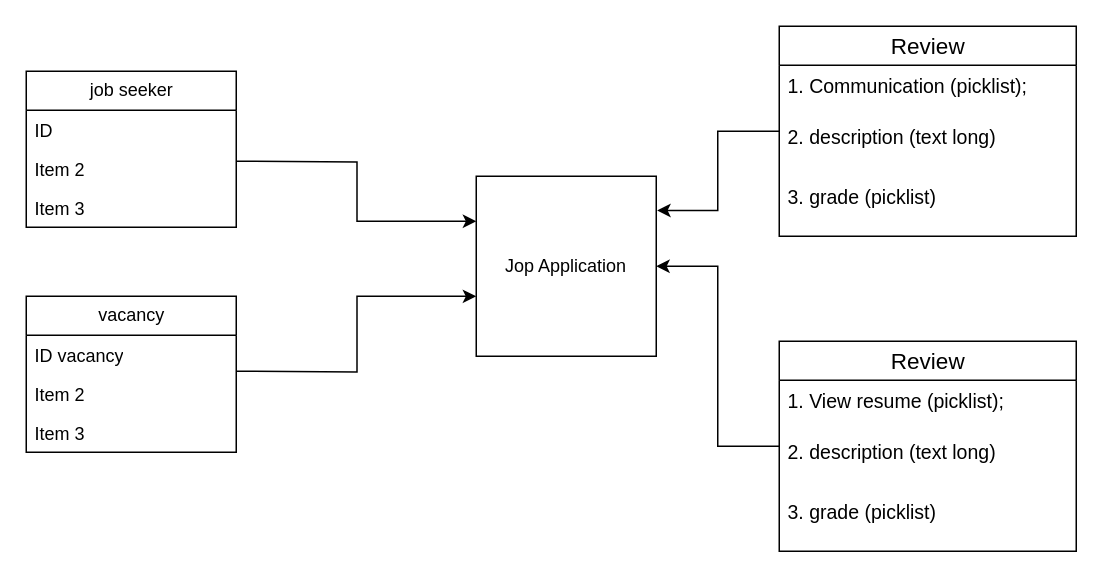
Above: Диаграмма без названия.drawio in stanislav-email/second-project (draw.io), before the change. Source tidied: cells renumbered, new cells numbered last; positions are measured from the earlier drawing's top-left corner, leaving out a move shared by most shapes. Both pictures are drawn from the tidied source at 150%, with x=0, y=0 at pixel (26, 26).
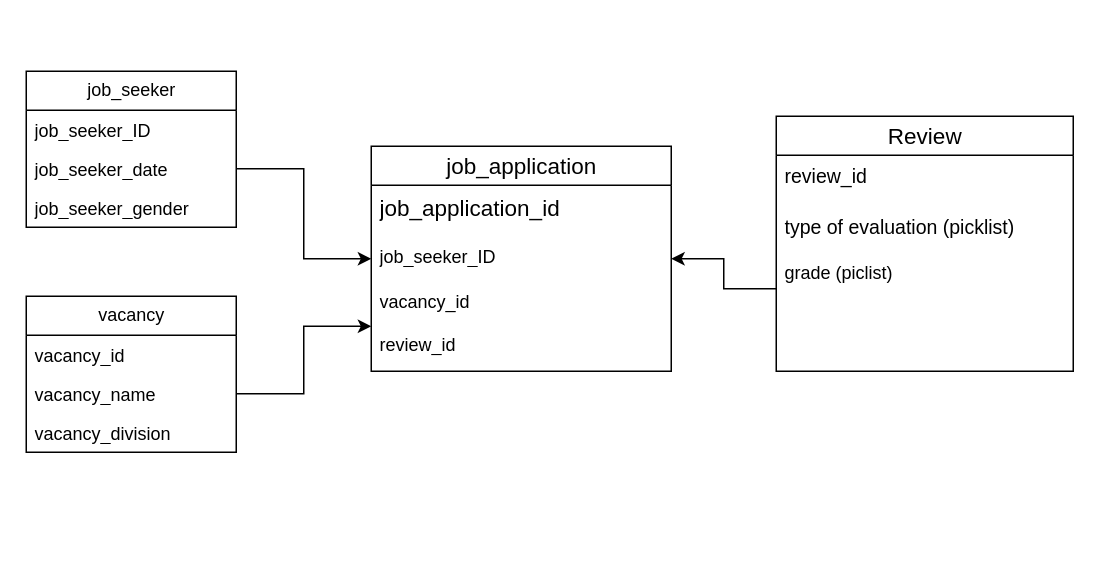
After the change.

Unchanged cells that the change refers to:
```xml
<mxCell id="9" value="&lt;span style=&quot;&quot;&gt;vacancy&lt;/span&gt;" style="swimlane;fontStyle=0;horizontal=1;startSize=26;fillColor=none;html=1;" parent="1" vertex="1">
  <mxGeometry y="180" width="140" height="104" as="geometry" />
</mxCell>
```

What changed in the source:
```diff
@@
-    <mxCell id="2" style="edgeStyle=orthogonalEdgeStyle;rounded=0;jettySize=auto;html=1;entryX=0;entryY=0.25;entryDx=0;entryDy=0;" parent="1" edge="1" target="4">
-      <mxGeometry relative="1" as="geometry">
-        <mxPoint x="140" y="90" as="sourcePoint" />
-      </mxGeometry>
-    </mxCell>
-    <mxCell id="3" style="edgeStyle=orthogonalEdgeStyle;rounded=0;jettySize=auto;html=1;entryX=0;entryY=0.667;entryDx=0;entryDy=0;entryPerimeter=0;" parent="1" edge="1" target="4">
-      <mxGeometry relative="1" as="geometry">
-        <mxPoint x="140" y="230" as="sourcePoint" />
-      </mxGeometry>
-    </mxCell>
-    <mxCell id="4" value="Jop Application" style="whiteSpace=wrap;html=1;" parent="1" vertex="1">
-      <mxGeometry x="300" y="100" width="120" height="120" as="geometry" />
-    </mxCell>
-    <mxCell id="5" value="&lt;span style=&quot;&quot;&gt;job seeker&lt;/span&gt;" style="swimlane;fontStyle=0;horizontal=1;startSize=26;fillColor=none;html=1;" parent="1" vertex="1">
+    <mxCell id="5" value="&lt;span style=&quot;&quot;&gt;job_seeker&lt;/span&gt;" style="swimlane;fontStyle=0;horizontal=1;startSize=26;fillColor=none;html=1;" parent="1" vertex="1">
       <mxGeometry y="30" width="140" height="104" as="geometry" />
     </mxCell>
-    <mxCell id="6" value="ID" style="text;strokeColor=none;fillColor=none;align=left;verticalAlign=top;spacingLeft=4;spacingRight=4;overflow=hidden;whiteSpace=wrap;html=1;" parent="5" vertex="1">
+    <mxCell id="6" value="&lt;span style=&quot;text-align: center;&quot;&gt;job_seeker_&lt;/span&gt;ID" style="text;strokeColor=none;fillColor=none;align=left;verticalAlign=top;spacingLeft=4;spacingRight=4;overflow=hidden;whiteSpace=wrap;html=1;" parent="5" vertex="1">
       <mxGeometry y="26" width="140" height="26" as="geometry" />
     </mxCell>
-    <mxCell id="7" value="Item 2" style="text;strokeColor=none;fillColor=none;align=left;verticalAlign=top;spacingLeft=4;spacingRight=4;overflow=hidden;points=[[0,0.5],[1,0.5]];portConstraint=eastwest;whiteSpace=wrap;html=1;" parent="5" vertex="1">
+    <mxCell id="7" value="&lt;span style=&quot;text-align: center;&quot;&gt;job_seeker_date&lt;/span&gt;" style="text;strokeColor=none;fillColor=none;align=left;verticalAlign=top;spacingLeft=4;spacingRight=4;overflow=hidden;points=[[0,0.5],[1,0.5]];portConstraint=eastwest;whiteSpace=wrap;html=1;" parent="5" vertex="1">
       <mxGeometry y="52" width="140" height="26" as="geometry" />
     </mxCell>
-    <mxCell id="8" value="Item 3" style="text;strokeColor=none;fillColor=none;align=left;verticalAlign=top;spacingLeft=4;spacingRight=4;overflow=hidden;whiteSpace=wrap;html=1;" parent="5" vertex="1">
+    <mxCell id="8" value="&lt;span style=&quot;text-align: center;&quot;&gt;job_seeker_&lt;/span&gt;gender" style="text;strokeColor=none;fillColor=none;align=left;verticalAlign=top;spacingLeft=4;spacingRight=4;overflow=hidden;whiteSpace=wrap;html=1;" parent="5" vertex="1">
       <mxGeometry y="78" width="140" height="26" as="geometry" />
     </mxCell>
@@
-    <mxCell id="10" value="ID vacancy" style="text;strokeColor=none;fillColor=none;align=left;verticalAlign=top;spacingLeft=4;spacingRight=4;overflow=hidden;whiteSpace=wrap;html=1;" parent="9" vertex="1">
+    <mxCell id="10" value="vacancy_id&lt;br&gt;" style="text;strokeColor=none;fillColor=none;align=left;verticalAlign=top;spacingLeft=4;spacingRight=4;overflow=hidden;whiteSpace=wrap;html=1;" parent="9" vertex="1">
       <mxGeometry y="26" width="140" height="26" as="geometry" />
     </mxCell>
-    <mxCell id="11" value="Item 2" style="text;strokeColor=none;fillColor=none;align=left;verticalAlign=top;spacingLeft=4;spacingRight=4;overflow=hidden;points=[[0,0.5],[1,0.5]];portConstraint=eastwest;whiteSpace=wrap;html=1;" parent="9" vertex="1">
+    <mxCell id="11" value="vacancy_name" style="text;strokeColor=none;fillColor=none;align=left;verticalAlign=top;spacingLeft=4;spacingRight=4;overflow=hidden;points=[[0,0.5],[1,0.5]];portConstraint=eastwest;whiteSpace=wrap;html=1;" parent="9" vertex="1">
       <mxGeometry y="52" width="140" height="26" as="geometry" />
     </mxCell>
-    <mxCell id="12" value="Item 3" style="text;strokeColor=none;fillColor=none;align=left;verticalAlign=top;spacingLeft=4;spacingRight=4;overflow=hidden;whiteSpace=wrap;html=1;" parent="9" vertex="1">
+    <mxCell id="12" value="vacancy_division" style="text;strokeColor=none;fillColor=none;align=left;verticalAlign=top;spacingLeft=4;spacingRight=4;overflow=hidden;whiteSpace=wrap;html=1;" parent="9" vertex="1">
       <mxGeometry y="78" width="140" height="26" as="geometry" />
     </mxCell>
-    <mxCell id="13" style="edgeStyle=orthogonalEdgeStyle;rounded=0;jettySize=auto;html=1;fontSize=13;" parent="1" edge="1" source="14" target="4">
-      <mxGeometry relative="1" as="geometry" />
-    </mxCell>
-    <mxCell id="14" value="&lt;span style=&quot;font-size: 15px; text-align: left;&quot;&gt;Review&lt;/span&gt;" style="swimlane;fontStyle=0;horizontal=1;startSize=26;fillColor=none;html=1;" parent="1" vertex="1">
-      <mxGeometry x="502" y="210" width="198" height="140" as="geometry" />
-    </mxCell>
-    <mxCell id="15" value="&lt;font style=&quot;font-size: 13px;&quot;&gt;1.&amp;nbsp;View resume&amp;nbsp;(picklist);&amp;nbsp;&lt;br style=&quot;border-color: var(--border-color);&quot;&gt;&lt;br&gt;&lt;/font&gt;" style="text;strokeColor=none;fillColor=none;align=left;verticalAlign=top;spacingLeft=4;spacingRight=4;overflow=hidden;whiteSpace=wrap;html=1;" parent="14" vertex="1">
-      <mxGeometry y="26" width="198" height="34" as="geometry" />
-    </mxCell>
-    <mxCell id="16" value="&lt;span style=&quot;font-size: 13px;&quot;&gt;2.&amp;nbsp;&lt;/span&gt;&lt;span style=&quot;font-size: 13px;&quot;&gt;description (text long)&lt;/span&gt;" style="text;strokeColor=none;fillColor=none;align=left;verticalAlign=top;spacingLeft=4;spacingRight=4;overflow=hidden;whiteSpace=wrap;html=1;" parent="14" vertex="1">
-      <mxGeometry y="60" width="198" height="40" as="geometry" />
-    </mxCell>
-    <mxCell id="17" value="&lt;span style=&quot;font-size: 13px;&quot;&gt;3. grade (picklist)&lt;/span&gt;" style="text;strokeColor=none;fillColor=none;align=left;verticalAlign=top;spacingLeft=4;spacingRight=4;overflow=hidden;whiteSpace=wrap;html=1;" parent="14" vertex="1">
-      <mxGeometry y="100" width="198" height="40" as="geometry" />
-    </mxCell>
-    <mxCell id="18" style="edgeStyle=orthogonalEdgeStyle;rounded=0;jettySize=auto;html=1;entryX=1.005;entryY=0.19;entryDx=0;entryDy=0;entryPerimeter=0;fontSize=13;" parent="1" edge="1" source="19" target="4">
-      <mxGeometry relative="1" as="geometry" />
-    </mxCell>
     <mxCell id="19" value="&lt;span style=&quot;font-size: 15px; text-align: left;&quot;&gt;Review&lt;/span&gt;" style="swimlane;fontStyle=0;horizontal=1;startSize=26;fillColor=none;html=1;" parent="1" vertex="1">
-      <mxGeometry x="502" width="198" height="140" as="geometry" />
+      <mxGeometry x="500" y="60" width="198" height="170" as="geometry" />
     </mxCell>
-    <mxCell id="20" value="&lt;font style=&quot;font-size: 13px;&quot;&gt;1.&amp;nbsp;Communication (picklist);&amp;nbsp;&lt;br style=&quot;border-color: var(--border-color);&quot;&gt;&lt;br&gt;&lt;/font&gt;" style="text;strokeColor=none;fillColor=none;align=left;verticalAlign=top;spacingLeft=4;spacingRight=4;overflow=hidden;whiteSpace=wrap;html=1;" parent="19" vertex="1">
+    <mxCell id="20" value="&lt;font style=&quot;font-size: 13px;&quot;&gt;review_id&lt;br&gt;&lt;/font&gt;" style="text;strokeColor=none;fillColor=none;align=left;verticalAlign=top;spacingLeft=4;spacingRight=4;overflow=hidden;whiteSpace=wrap;html=1;" parent="19" vertex="1">
       <mxGeometry y="26" width="198" height="34" as="geometry" />
     </mxCell>
-    <mxCell id="21" value="&lt;span style=&quot;font-size: 13px;&quot;&gt;2.&amp;nbsp;&lt;/span&gt;&lt;span style=&quot;font-size: 13px;&quot;&gt;description (text long)&lt;/span&gt;" style="text;strokeColor=none;fillColor=none;align=left;verticalAlign=top;spacingLeft=4;spacingRight=4;overflow=hidden;whiteSpace=wrap;html=1;" parent="19" vertex="1">
-      <mxGeometry y="60" width="198" height="40" as="geometry" />
-    </mxCell>
-    <mxCell id="22" value="&lt;span style=&quot;font-size: 13px;&quot;&gt;3. grade (picklist)&lt;/span&gt;" style="text;strokeColor=none;fillColor=none;align=left;verticalAlign=top;spacingLeft=4;spacingRight=4;overflow=hidden;points=[[0,0.5],[1,0.5]];portConstraint=eastwest;whiteSpace=wrap;html=1;" parent="19" vertex="1">
-      <mxGeometry y="100" width="198" height="40" as="geometry" />
+    <mxCell id="22" value="&lt;span style=&quot;font-size: 13px;&quot;&gt;type of evaluation (picklist)&lt;br&gt;&lt;br&gt;&lt;/span&gt;grade (piclist)&lt;br&gt;&lt;br&gt;" style="text;strokeColor=none;fillColor=none;align=left;verticalAlign=top;spacingLeft=4;spacingRight=4;overflow=hidden;points=[[0,0.5],[1,0.5]];portConstraint=eastwest;whiteSpace=wrap;html=1;" parent="19" vertex="1">
+      <mxGeometry y="60" width="198" height="110" as="geometry" />
     </mxCell>
+    <mxCell id="23" value="&lt;div style=&quot;text-align: left;&quot;&gt;&lt;span style=&quot;background-color: initial; font-size: 15px;&quot;&gt;job_application&lt;/span&gt;&lt;/div&gt;" style="swimlane;fontStyle=0;horizontal=1;startSize=26;fillColor=none;html=1;" parent="1" vertex="1">
+      <mxGeometry x="230" y="80" width="200" height="150" as="geometry" />
+    </mxCell>
+    <mxCell id="24" value="&lt;font style=&quot;font-size: 13px;&quot;&gt;&lt;span style=&quot;font-size: 15px;&quot;&gt;job_application_id&lt;/span&gt;&lt;br&gt;&lt;/font&gt;" style="text;strokeColor=none;fillColor=none;align=left;verticalAlign=top;spacingLeft=4;spacingRight=4;overflow=hidden;whiteSpace=wrap;html=1;" parent="23" vertex="1">
+      <mxGeometry y="26" width="200" height="34" as="geometry" />
+    </mxCell>
+    <mxCell id="25" value="&lt;span style=&quot;border-color: var(--border-color); text-align: center;&quot;&gt;job_seeker_&lt;/span&gt;ID" style="text;strokeColor=none;fillColor=none;align=left;verticalAlign=top;spacingLeft=4;spacingRight=4;overflow=hidden;points=[[0,0.5],[1,0.5]];portConstraint=eastwest;whiteSpace=wrap;html=1;" parent="23" vertex="1">
+      <mxGeometry y="60" width="200" height="30" as="geometry" />
+    </mxCell>
+    <mxCell id="26" value="vacancy_id&lt;br&gt;&lt;br&gt;review_id" style="text;strokeColor=none;fillColor=none;align=left;verticalAlign=top;spacingLeft=4;spacingRight=4;overflow=hidden;points=[[0,0.5],[1,0.5]];portConstraint=eastwest;whiteSpace=wrap;html=1;" parent="23" vertex="1">
+      <mxGeometry y="90" width="200" height="60" as="geometry" />
+    </mxCell>
+    <mxCell id="27" style="edgeStyle=orthogonalEdgeStyle;rounded=0;jettySize=auto;html=1;exitX=1;exitY=0.5;exitDx=0;exitDy=0;entryX=0;entryY=0.5;entryDx=0;entryDy=0;" parent="1" edge="1" source="7" target="23">
+      <mxGeometry relative="1" as="geometry" />
+    </mxCell>
+    <mxCell id="28" style="edgeStyle=orthogonalEdgeStyle;rounded=0;jettySize=auto;html=1;entryX=0;entryY=0.5;entryDx=0;entryDy=0;" parent="1" edge="1" source="11" target="26">
+      <mxGeometry relative="1" as="geometry" />
+    </mxCell>
+    <mxCell id="29" style="edgeStyle=orthogonalEdgeStyle;rounded=0;jettySize=auto;html=1;entryX=1;entryY=0.5;entryDx=0;entryDy=0;" parent="1" edge="1" source="22" target="25">
+      <mxGeometry relative="1" as="geometry" />
+    </mxCell>
```
